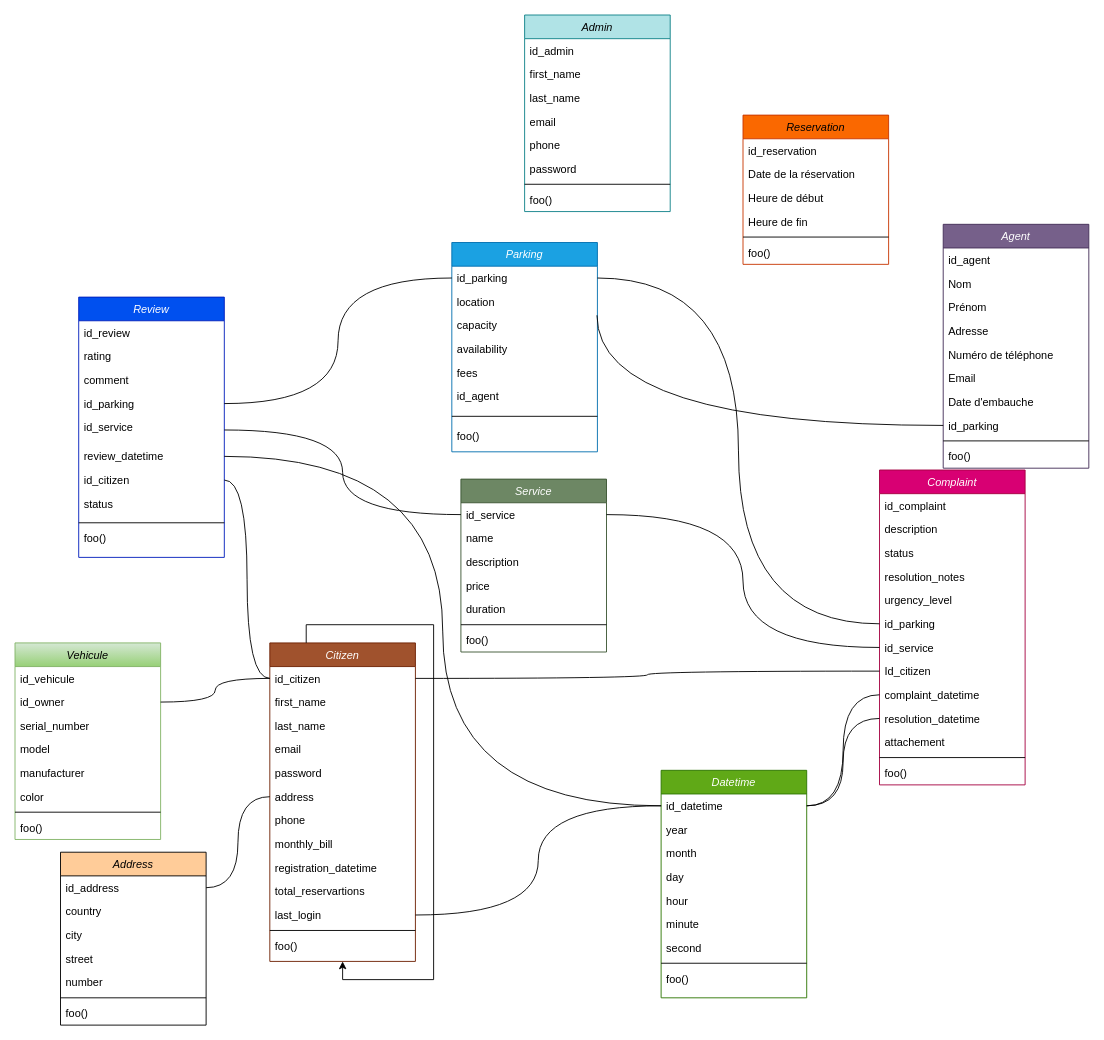
Earlier version of the draw.io diagram docs/Untitled Diagram.drawio (anomaly1095/parky). Source tidied: cells renumbered, new cells numbered last; positions are measured from the earlier drawing's top-left corner, leaving out a move shared by most shapes. Both pictures are drawn from the tidied source at 91%, with x=0, y=0 at pixel (15, 15).
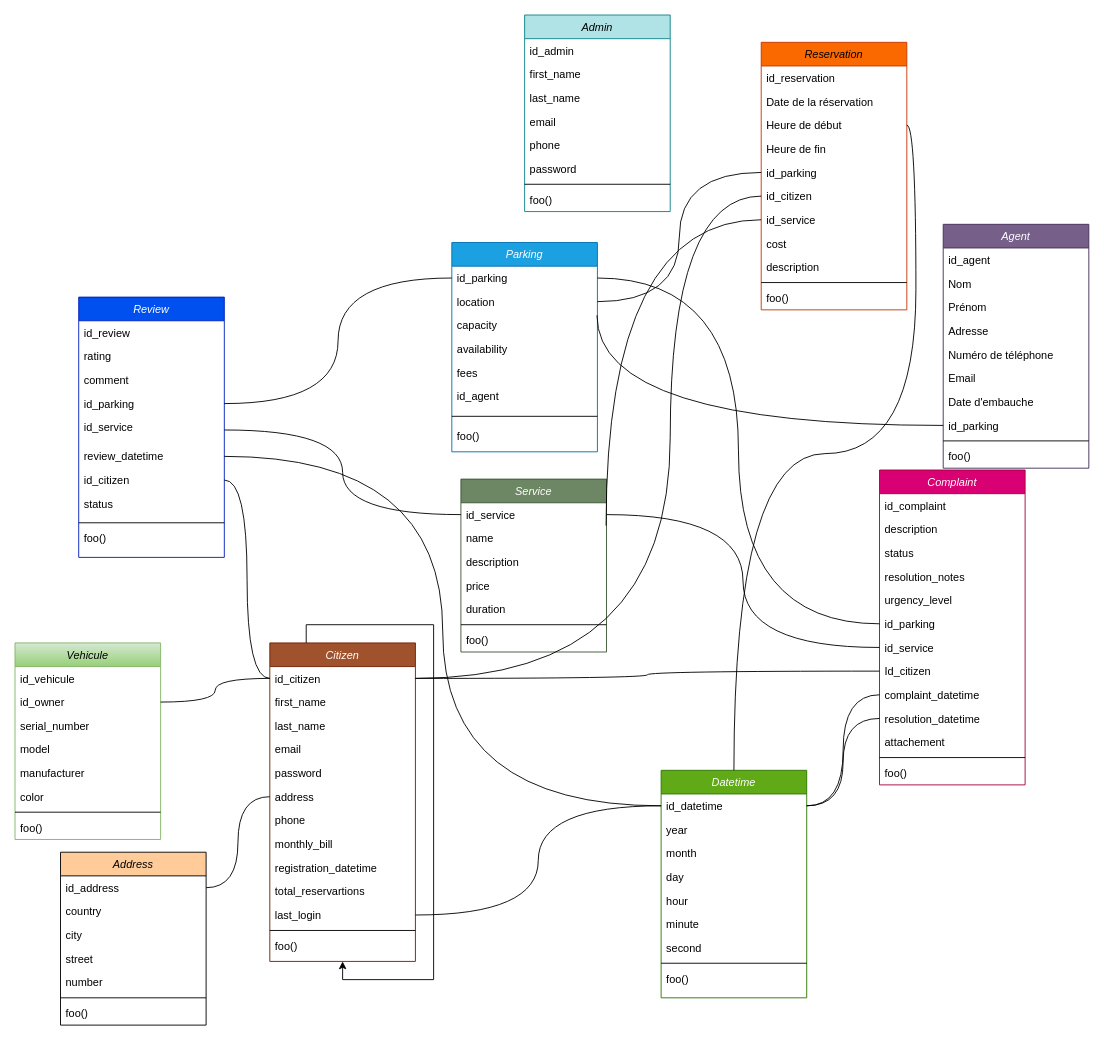
Above is the later version.

Commit message:
Mettre à jour Untitled Diagram.drawio

The change refers to these unchanged cells:
```xml
<mxCell id="35" value="Datetime" style="swimlane;fontStyle=2;align=center;verticalAlign=top;horizontal=1;startSize=26;rounded=0;shadow=0;strokeWidth=1;fillColor=#60a917;strokeColor=#2D7600;fontColor=#ffffff;" parent="1" vertex="1">
  <mxGeometry x="710" y="830" width="160" height="250" as="geometry" />
</mxCell>
<mxCell id="55" value="id_citizen" style="text;align=left;verticalAlign=top;spacingLeft=4;spacingRight=4;overflow=hidden;points=[[0,0.5],[1,0.5]];portConstraint=eastwest;" parent="54" vertex="1">
  <mxGeometry y="26" width="160" height="26" as="geometry" />
</mxCell>
<mxCell id="90" value="name" style="text;align=left;verticalAlign=top;spacingLeft=4;spacingRight=4;overflow=hidden;points=[[0,0.5],[1,0.5]];portConstraint=eastwest;" parent="88" vertex="1">
  <mxGeometry y="52" width="160" height="26" as="geometry" />
</mxCell>
<mxCell id="98" value="location" style="text;align=left;verticalAlign=top;spacingLeft=4;spacingRight=4;overflow=hidden;points=[[0,0.5],[1,0.5]];portConstraint=eastwest;" parent="96" vertex="1">
  <mxGeometry y="52" width="160" height="26" as="geometry" />
</mxCell>
<mxCell id="108" value="Heure de début" style="text;align=left;verticalAlign=top;spacingLeft=4;spacingRight=4;overflow=hidden;points=[[0,0.5],[1,0.5]];portConstraint=eastwest;" parent="105" vertex="1">
  <mxGeometry y="78" width="160" height="26" as="geometry" />
</mxCell>
```

The edit, as a diff of the source:
```diff
@@
     <mxCell id="105" value="Reservation" style="swimlane;fontStyle=2;align=center;verticalAlign=top;horizontal=1;startSize=26;rounded=0;shadow=0;strokeWidth=1;fillColor=#fa6800;strokeColor=#C73500;fontColor=#000000;" parent="1" vertex="1">
-      <mxGeometry x="800" y="110" width="160" height="164" as="geometry" />
+      <mxGeometry x="820" y="30" width="160" height="294" as="geometry" />
     </mxCell>
@@
-    <mxCell id="110" style="line;html=1;strokeWidth=1;align=left;verticalAlign=middle;spacingTop=-1;spacingLeft=3;spacingRight=3;labelPosition=right;" parent="105" vertex="1">
-      <mxGeometry y="130" width="160" height="8" as="geometry" />
-    </mxCell>
+    <mxCell id="126" value="id_parking" style="text;align=left;verticalAlign=top;spacingLeft=4;spacingRight=4;overflow=hidden;points=[[0,0.5],[1,0.5]];portConstraint=eastwest;rounded=0;shadow=0;html=0;" parent="105" vertex="1">
+      <mxGeometry y="130" width="160" height="26" as="geometry" />
+    </mxCell>
+    <mxCell id="127" value="id_citizen" style="text;align=left;verticalAlign=top;spacingLeft=4;spacingRight=4;overflow=hidden;points=[[0,0.5],[1,0.5]];portConstraint=eastwest;" parent="105" vertex="1">
+      <mxGeometry y="156" width="160" height="26" as="geometry" />
+    </mxCell>
+    <mxCell id="128" value="id_service" style="text;align=left;verticalAlign=top;spacingLeft=4;spacingRight=4;overflow=hidden;points=[[0,0.5],[1,0.5]];portConstraint=eastwest;" parent="105" vertex="1">
+      <mxGeometry y="182" width="160" height="26" as="geometry" />
+    </mxCell>
+    <mxCell id="129" value="cost " style="text;align=left;verticalAlign=top;spacingLeft=4;spacingRight=4;overflow=hidden;" parent="105" vertex="1">
+      <mxGeometry y="208" width="160" height="26" as="geometry" />
+    </mxCell>
+    <mxCell id="130" value="description" style="text;align=left;verticalAlign=top;spacingLeft=4;spacingRight=4;overflow=hidden;" parent="105" vertex="1">
+      <mxGeometry y="234" width="160" height="26" as="geometry" />
+    </mxCell>
+    <mxCell id="131" style="line;html=1;strokeWidth=1;align=left;verticalAlign=middle;spacingTop=-1;spacingLeft=3;spacingRight=3;labelPosition=right;" parent="105" vertex="1">
+      <mxGeometry y="260" width="160" height="8" as="geometry" />
+    </mxCell>
     <mxCell id="111" value="foo()" style="text;align=left;verticalAlign=top;spacingLeft=4;spacingRight=4;overflow=hidden;" parent="105" vertex="1">
-      <mxGeometry y="138" width="160" height="26" as="geometry" />
+      <mxGeometry y="268" width="160" height="26" as="geometry" />
     </mxCell>
@@
+    <mxCell id="132" style="endArrow=none;html=1;rounded=0;entryX=0;entryY=0.5;entryDx=0;entryDy=0;edgeStyle=orthogonalEdgeStyle;curved=1;" parent="1" edge="1" source="98" target="126">
+      <mxGeometry relative="1" as="geometry" />
+    </mxCell>
+    <mxCell id="133" style="endArrow=none;html=1;rounded=0;exitX=1;exitY=0.5;exitDx=0;exitDy=0;entryX=0;entryY=0.5;entryDx=0;entryDy=0;edgeStyle=orthogonalEdgeStyle;curved=1;" parent="1" edge="1" source="55" target="127">
+      <mxGeometry relative="1" as="geometry">
+        <Array as="points">
+          <mxPoint x="720" y="729" />
+          <mxPoint x="720" y="199" />
+        </Array>
+      </mxGeometry>
+    </mxCell>
+    <mxCell id="134" style="endArrow=none;html=1;rounded=0;exitX=0.997;exitY=-0.033;exitDx=0;exitDy=0;entryX=0;entryY=0.5;entryDx=0;entryDy=0;edgeStyle=orthogonalEdgeStyle;curved=1;exitPerimeter=0;" parent="1" edge="1" source="90" target="128">
+      <mxGeometry relative="1" as="geometry" />
+    </mxCell>
+    <mxCell id="135" style="endArrow=none;html=1;rounded=0;exitX=1;exitY=0.5;exitDx=0;exitDy=0;edgeStyle=orthogonalEdgeStyle;curved=1;" parent="1" edge="1" source="108" target="35">
+      <mxGeometry relative="1" as="geometry" />
+    </mxCell>
```
